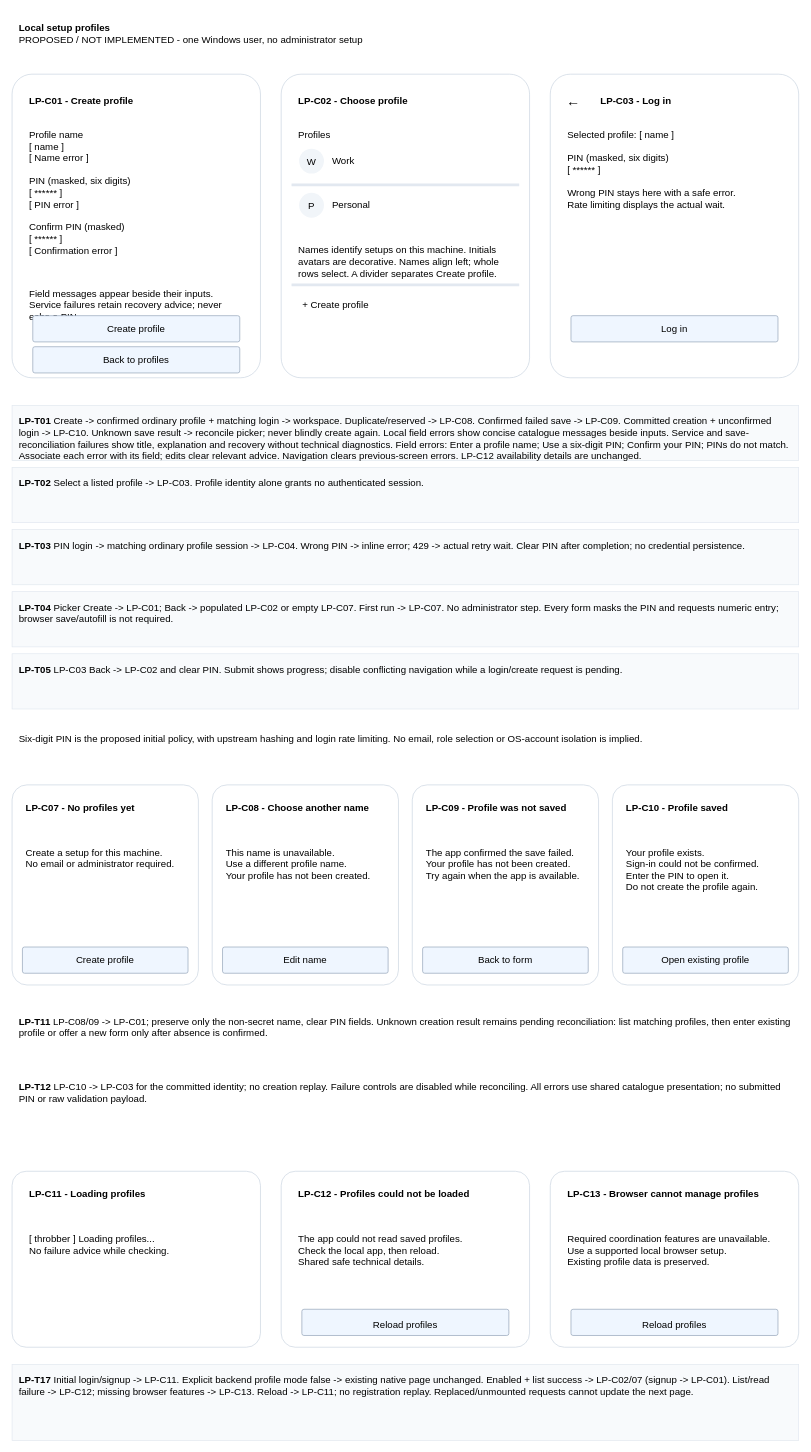
Above: page "Create and enter a local profile" (1 of 2) of projects/laomedo/subsystems/agent-execution/design/local-profiles.drawio in amadou-6e/specs (draw.io), before the change. Source tidied: cells renumbered, new cells numbered last; positions are measured from the earlier drawing's top-left corner, leaving out a move shared by most shapes. Both pictures are drawn from the tidied source at 69%, with x=0, y=0 at pixel (12, 12).
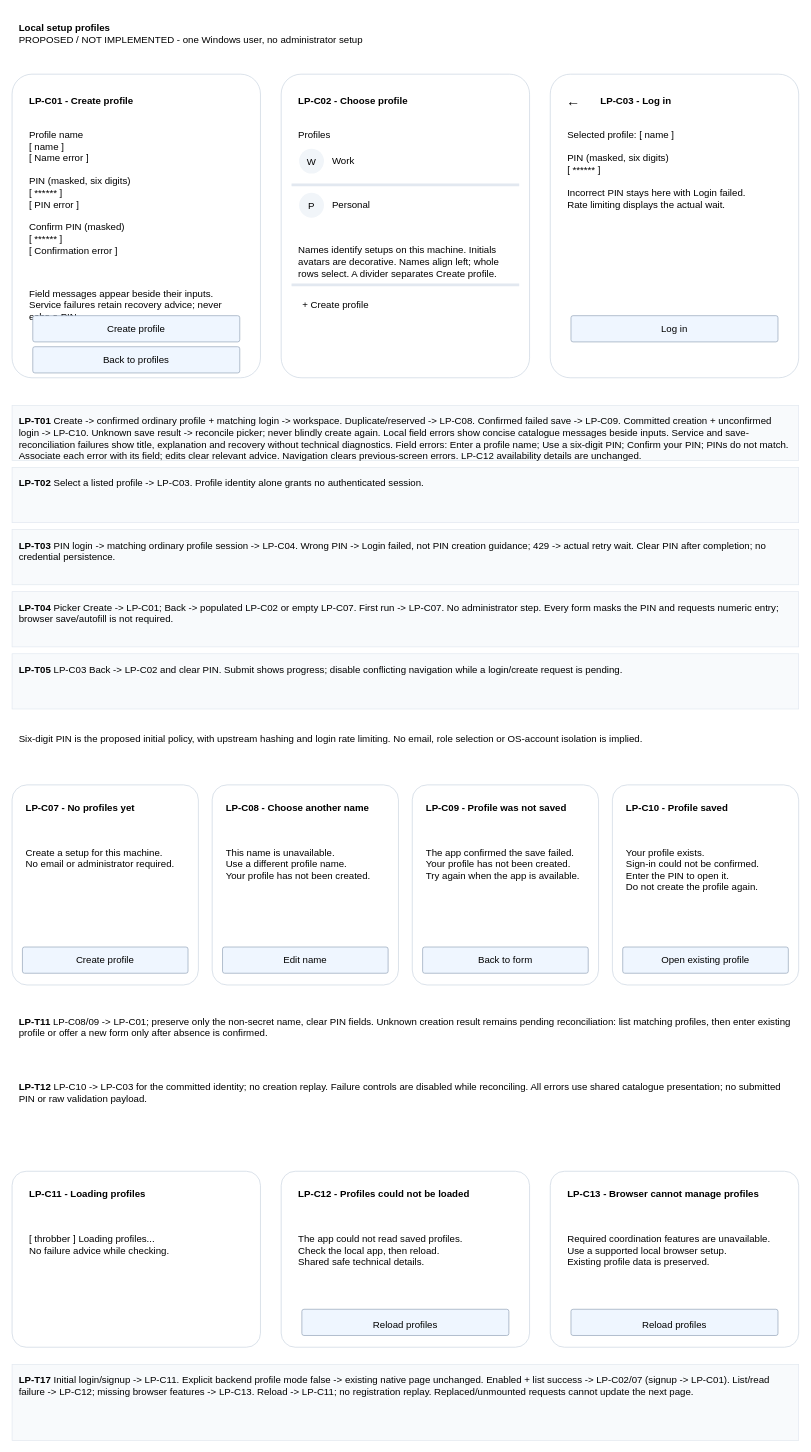
Above is the later version.

Commit message (it also covers changes not shown here):
Distinguish login failure from PIN creation guidance

Diff of the diagram source:
```diff
@@
-    <mxCell id="22" value="Selected profile: [ name ]&lt;br&gt;&lt;br&gt;PIN (masked, six digits)&lt;br&gt;[ ****** ]&lt;br&gt;&lt;br&gt;Wrong PIN stays here with a safe error.&lt;br&gt;Rate limiting displays the actual wait." style="whiteSpace=wrap;html=1;fontFamily=Arial;fontSize=14;align=left;verticalAlign=top;spacing=10;fillColor=none;strokeColor=none;" parent="1" vertex="1">
+    <mxCell id="22" value="Selected profile: [ name ]&lt;br&gt;&lt;br&gt;PIN (masked, six digits)&lt;br&gt;[ ****** ]&lt;br&gt;&lt;br&gt;Incorrect PIN stays here with Login failed.&lt;br&gt;Rate limiting displays the actual wait." style="whiteSpace=wrap;html=1;fontFamily=Arial;fontSize=14;align=left;verticalAlign=top;spacing=10;fillColor=none;strokeColor=none;" parent="1" vertex="1">
       <mxGeometry x="795" y="155" width="330" height="230" as="geometry" />
     </mxCell>
@@
-    <mxCell id="27" value="&lt;b&gt;LP-T03&lt;/b&gt; PIN login -&gt; matching ordinary profile session -&gt; LP-C04. Wrong PIN -&gt; inline error; 429 -&gt; actual retry wait. Clear PIN after completion; no credential persistence." style="whiteSpace=wrap;html=1;fontFamily=Arial;fontSize=14;align=left;verticalAlign=top;spacing=10;fillColor=#F8FAFC;strokeColor=#E2E8F0;" parent="1" vertex="1">
+    <mxCell id="27" value="&lt;b&gt;LP-T03&lt;/b&gt; PIN login -&gt; matching ordinary profile session -&gt; LP-C04. Wrong PIN -&gt; Login failed, not PIN creation guidance; 429 -&gt; actual retry wait. Clear PIN after completion; no credential persistence." style="whiteSpace=wrap;html=1;fontFamily=Arial;fontSize=14;align=left;verticalAlign=top;spacing=10;fillColor=#F8FAFC;strokeColor=#E2E8F0;" parent="1" vertex="1">
       <mxGeometry y="750" width="1140" height="80" as="geometry" />
     </mxCell>
```
